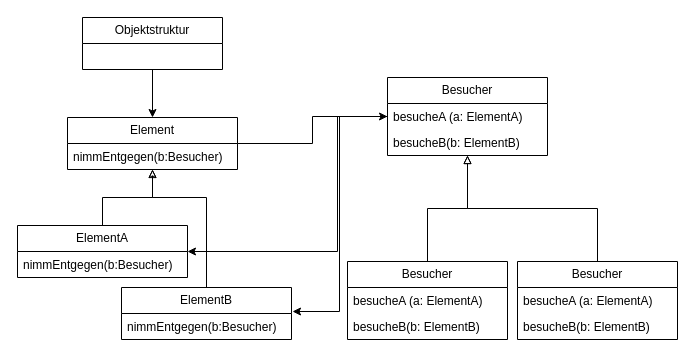
Before: Dokumentation/Texte/Ressourcen/Diagramme/Besucher-klassic.drawio in JupiterXVI/Advanced-Software-Engin, a draw.io diagram. Source tidied: cells renumbered, new cells numbered last; positions are measured from the earlier drawing's top-left corner, leaving out a move shared by most shapes. Both pictures are drawn from the tidied source at 100%, with x=0, y=0 at pixel (17, 17).
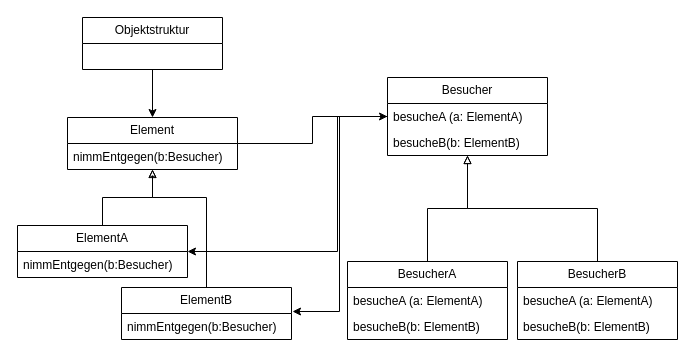
The same page after the edit.

The edit, as a diff of the source:
```diff
@@
-    <mxCell id="19" value="Besucher" style="swimlane;fontStyle=0;horizontal=1;startSize=26;fillColor=none;whiteSpace=wrap;html=1;" parent="1" vertex="1">
+    <mxCell id="19" value="BesucherA" style="swimlane;fontStyle=0;horizontal=1;startSize=26;fillColor=none;whiteSpace=wrap;html=1;" parent="1" vertex="1">
       <mxGeometry x="330" y="244" width="160" height="78" as="geometry" />
     </mxCell>
@@
-    <mxCell id="23" value="Besucher" style="swimlane;fontStyle=0;horizontal=1;startSize=26;fillColor=none;whiteSpace=wrap;html=1;" parent="1" vertex="1">
+    <mxCell id="23" value="BesucherB" style="swimlane;fontStyle=0;horizontal=1;startSize=26;fillColor=none;whiteSpace=wrap;html=1;" parent="1" vertex="1">
       <mxGeometry x="500" y="244" width="160" height="78" as="geometry" />
     </mxCell>
```
